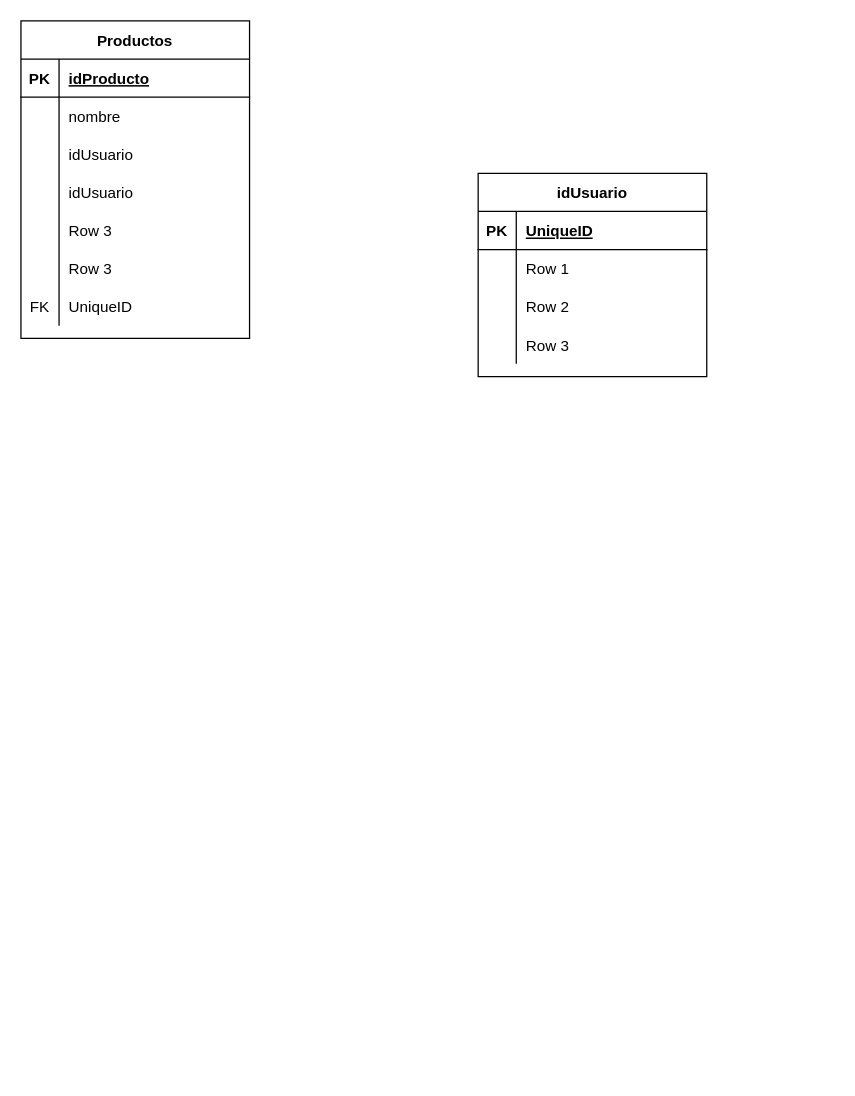
Above: diagrama.drawio in gislacasares/derifas (draw.io), before the change. Source tidied: cells renumbered, new cells numbered last; positions are measured from the earlier drawing's top-left corner, leaving out a move shared by most shapes. Both pictures are drawn from the tidied source at 127%, with x=0, y=0 at pixel (20, 20).
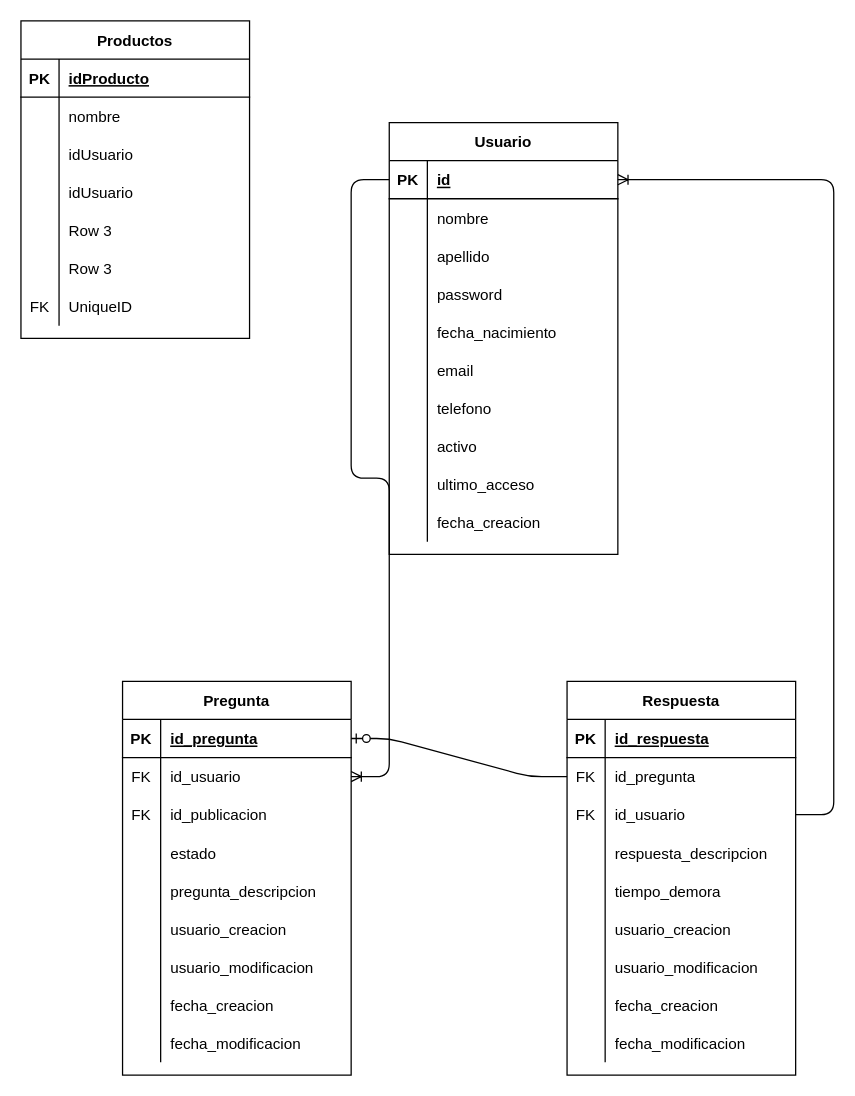
Above is the later version.

Commit message:
modificacion DER

The change refers to these unchanged cells:
```xml
<mxCell id="25" style="shape=partialRectangle;fillColor=none;top=0;left=0;bottom=1;right=0;points=[[0,0.5],[1,0.5]];portConstraint=eastwest;" parent="24" vertex="1">
  <mxGeometry y="30" width="180" height="30" as="geometry" />
</mxCell>
<mxCell id="28" style="shape=partialRectangle;fillColor=none;top=0;left=0;bottom=0;right=0;" parent="24" vertex="1">
  <mxGeometry y="60" width="180" height="30" as="geometry" />
</mxCell>
<mxCell id="31" style="shape=partialRectangle;fillColor=none;top=0;left=0;bottom=0;right=0;" parent="24" vertex="1">
  <mxGeometry y="90" width="180" height="30" as="geometry" />
</mxCell>
<mxCell id="34" style="shape=partialRectangle;fillColor=none;top=0;left=0;bottom=0;right=0;" parent="24" vertex="1">
  <mxGeometry y="120" width="180" height="30" as="geometry" />
</mxCell>
```

Diff of the diagram source:
```diff
@@
-    <mxCell id="24" value="idUsuario" style="shape=table;startSize=30;childLayout=tableLayout;rowLines=0;fontStyle=1;align=center;" parent="1" vertex="1">
-      <mxGeometry x="360" y="120" width="180" height="160" as="geometry" />
+    <mxCell id="24" value="Usuario" style="shape=table;startSize=30;childLayout=tableLayout;rowLines=0;fontStyle=1;align=center;" parent="1" vertex="1">
+      <mxGeometry x="290" y="80" width="180" height="340" as="geometry" />
     </mxCell>
@@
-    <mxCell id="27" value="UniqueID" style="shape=partialRectangle;fillColor=none;top=0;left=0;bottom=0;right=0;align=left;spacingLeft=6;fontStyle=5;overflow=hidden;" parent="25" vertex="1">
+    <mxCell id="27" value="id" style="shape=partialRectangle;fillColor=none;top=0;left=0;bottom=0;right=0;align=left;spacingLeft=6;fontStyle=5;overflow=hidden;" parent="25" vertex="1">
       <mxGeometry x="30" width="150" height="30" as="geometry" />
     </mxCell>
@@
-    <mxCell id="30" value="Row 1" style="shape=partialRectangle;fillColor=none;top=0;left=0;bottom=0;right=0;align=left;spacingLeft=6;overflow=hidden;" parent="28" vertex="1">
+    <mxCell id="30" value="nombre" style="shape=partialRectangle;fillColor=none;top=0;left=0;bottom=0;right=0;align=left;spacingLeft=6;overflow=hidden;" parent="28" vertex="1">
       <mxGeometry x="30" width="150" height="30" as="geometry" />
     </mxCell>
@@
-    <mxCell id="33" value="Row 2" style="shape=partialRectangle;fillColor=none;top=0;left=0;bottom=0;right=0;align=left;spacingLeft=6;overflow=hidden;" parent="31" vertex="1">
+    <mxCell id="33" value="apellido" style="shape=partialRectangle;fillColor=none;top=0;left=0;bottom=0;right=0;align=left;spacingLeft=6;overflow=hidden;" parent="31" vertex="1">
       <mxGeometry x="30" width="150" height="30" as="geometry" />
     </mxCell>
@@
-    <mxCell id="36" value="Row 3" style="shape=partialRectangle;fillColor=none;top=0;left=0;bottom=0;right=0;align=left;spacingLeft=6;overflow=hidden;" parent="34" vertex="1">
+    <mxCell id="36" value="password" style="shape=partialRectangle;fillColor=none;top=0;left=0;bottom=0;right=0;align=left;spacingLeft=6;overflow=hidden;" parent="34" vertex="1">
       <mxGeometry x="30" width="150" height="30" as="geometry" />
     </mxCell>
+    <mxCell id="37" style="shape=partialRectangle;fillColor=none;top=0;left=0;bottom=0;right=0;" parent="24" vertex="1">
+      <mxGeometry y="150" width="180" height="30" as="geometry" />
+    </mxCell>
+    <mxCell id="38" style="shape=partialRectangle;fillColor=none;top=0;left=0;bottom=0;right=0;overflow=hidden;" parent="37" vertex="1">
+      <mxGeometry width="30" height="30" as="geometry" />
+    </mxCell>
+    <mxCell id="39" value="fecha_nacimiento" style="shape=partialRectangle;fillColor=none;top=0;left=0;bottom=0;right=0;align=left;spacingLeft=6;overflow=hidden;" parent="37" vertex="1">
+      <mxGeometry x="30" width="150" height="30" as="geometry" />
+    </mxCell>
+    <mxCell id="40" style="shape=partialRectangle;fillColor=none;top=0;left=0;bottom=0;right=0;" parent="24" vertex="1">
+      <mxGeometry y="180" width="180" height="30" as="geometry" />
+    </mxCell>
+    <mxCell id="41" style="shape=partialRectangle;fillColor=none;top=0;left=0;bottom=0;right=0;overflow=hidden;" parent="40" vertex="1">
+      <mxGeometry width="30" height="30" as="geometry" />
+    </mxCell>
+    <mxCell id="42" value="email" style="shape=partialRectangle;fillColor=none;top=0;left=0;bottom=0;right=0;align=left;spacingLeft=6;overflow=hidden;" parent="40" vertex="1">
+      <mxGeometry x="30" width="150" height="30" as="geometry" />
+    </mxCell>
+    <mxCell id="43" style="shape=partialRectangle;fillColor=none;top=0;left=0;bottom=0;right=0;" parent="24" vertex="1">
+      <mxGeometry y="210" width="180" height="30" as="geometry" />
+    </mxCell>
+    <mxCell id="44" style="shape=partialRectangle;fillColor=none;top=0;left=0;bottom=0;right=0;overflow=hidden;" parent="43" vertex="1">
+      <mxGeometry width="30" height="30" as="geometry" />
+    </mxCell>
+    <mxCell id="45" value="telefono" style="shape=partialRectangle;fillColor=none;top=0;left=0;bottom=0;right=0;align=left;spacingLeft=6;overflow=hidden;" parent="43" vertex="1">
+      <mxGeometry x="30" width="150" height="30" as="geometry" />
+    </mxCell>
+    <mxCell id="46" style="shape=partialRectangle;fillColor=none;top=0;left=0;bottom=0;right=0;" parent="24" vertex="1">
+      <mxGeometry y="240" width="180" height="30" as="geometry" />
+    </mxCell>
+    <mxCell id="47" style="shape=partialRectangle;fillColor=none;top=0;left=0;bottom=0;right=0;overflow=hidden;" parent="46" vertex="1">
+      <mxGeometry width="30" height="30" as="geometry" />
+    </mxCell>
+    <mxCell id="48" value="activo" style="shape=partialRectangle;fillColor=none;top=0;left=0;bottom=0;right=0;align=left;spacingLeft=6;overflow=hidden;" parent="46" vertex="1">
+      <mxGeometry x="30" width="150" height="30" as="geometry" />
+    </mxCell>
+    <mxCell id="49" style="shape=partialRectangle;fillColor=none;top=0;left=0;bottom=0;right=0;" parent="24" vertex="1">
+      <mxGeometry y="270" width="180" height="30" as="geometry" />
+    </mxCell>
+    <mxCell id="50" style="shape=partialRectangle;fillColor=none;top=0;left=0;bottom=0;right=0;overflow=hidden;" parent="49" vertex="1">
+      <mxGeometry width="30" height="30" as="geometry" />
+    </mxCell>
+    <mxCell id="51" value="ultimo_acceso" style="shape=partialRectangle;fillColor=none;top=0;left=0;bottom=0;right=0;align=left;spacingLeft=6;overflow=hidden;" parent="49" vertex="1">
+      <mxGeometry x="30" width="150" height="30" as="geometry" />
+    </mxCell>
+    <mxCell id="52" style="shape=partialRectangle;fillColor=none;top=0;left=0;bottom=0;right=0;" parent="24" vertex="1">
+      <mxGeometry y="300" width="180" height="30" as="geometry" />
+    </mxCell>
+    <mxCell id="53" style="shape=partialRectangle;fillColor=none;top=0;left=0;bottom=0;right=0;overflow=hidden;" parent="52" vertex="1">
+      <mxGeometry width="30" height="30" as="geometry" />
+    </mxCell>
+    <mxCell id="54" value="fecha_creacion" style="shape=partialRectangle;fillColor=none;top=0;left=0;bottom=0;right=0;align=left;spacingLeft=6;overflow=hidden;" parent="52" vertex="1">
+      <mxGeometry x="30" width="150" height="30" as="geometry" />
+    </mxCell>
+    <mxCell id="55" value="Pregunta" style="shape=table;startSize=30;childLayout=tableLayout;rowLines=0;fontStyle=1;align=center;" parent="1" vertex="1">
+      <mxGeometry x="80" y="520" width="180" height="310" as="geometry" />
+    </mxCell>
+    <mxCell id="56" style="shape=partialRectangle;fillColor=none;top=0;left=0;bottom=1;right=0;points=[[0,0.5],[1,0.5]];portConstraint=eastwest;" parent="55" vertex="1">
+      <mxGeometry y="30" width="180" height="30" as="geometry" />
+    </mxCell>
+    <mxCell id="57" value="PK" style="shape=partialRectangle;fillColor=none;top=0;left=0;bottom=0;right=0;fontStyle=1;overflow=hidden;" parent="56" vertex="1">
+      <mxGeometry width="30" height="30" as="geometry" />
+    </mxCell>
+    <mxCell id="58" value="id_pregunta" style="shape=partialRectangle;fillColor=none;top=0;left=0;bottom=0;right=0;align=left;spacingLeft=6;fontStyle=5;overflow=hidden;" parent="56" vertex="1">
+      <mxGeometry x="30" width="150" height="30" as="geometry" />
+    </mxCell>
+    <mxCell id="59" style="shape=partialRectangle;fillColor=none;top=0;left=0;bottom=0;right=0;points=[[0,0.5],[1,0.5]];portConstraint=eastwest;" parent="55" vertex="1">
+      <mxGeometry y="60" width="180" height="30" as="geometry" />
+    </mxCell>
+    <mxCell id="60" value="FK" style="shape=partialRectangle;fillColor=none;top=0;left=0;bottom=0;right=0;overflow=hidden;" parent="59" vertex="1">
+      <mxGeometry width="30" height="30" as="geometry" />
+    </mxCell>
+    <mxCell id="61" value="id_usuario" style="shape=partialRectangle;fillColor=none;top=0;left=0;bottom=0;right=0;align=left;spacingLeft=6;overflow=hidden;" parent="59" vertex="1">
+      <mxGeometry x="30" width="150" height="30" as="geometry" />
+    </mxCell>
+    <mxCell id="62" style="shape=partialRectangle;fillColor=none;top=0;left=0;bottom=0;right=0;" parent="55" vertex="1">
+      <mxGeometry y="90" width="180" height="30" as="geometry" />
+    </mxCell>
+    <mxCell id="63" value="FK" style="shape=partialRectangle;fillColor=none;top=0;left=0;bottom=0;right=0;overflow=hidden;" parent="62" vertex="1">
+      <mxGeometry width="30" height="30" as="geometry" />
+    </mxCell>
+    <mxCell id="64" value="id_publicacion" style="shape=partialRectangle;fillColor=none;top=0;left=0;bottom=0;right=0;align=left;spacingLeft=6;overflow=hidden;" parent="62" vertex="1">
+      <mxGeometry x="30" width="150" height="30" as="geometry" />
+    </mxCell>
+    <mxCell id="65" style="shape=partialRectangle;fillColor=none;top=0;left=0;bottom=0;right=0;" parent="55" vertex="1">
+      <mxGeometry y="120" width="180" height="30" as="geometry" />
+    </mxCell>
+    <mxCell id="66" style="shape=partialRectangle;fillColor=none;top=0;left=0;bottom=0;right=0;overflow=hidden;" parent="65" vertex="1">
+      <mxGeometry width="30" height="30" as="geometry" />
+    </mxCell>
+    <mxCell id="67" value="estado" style="shape=partialRectangle;fillColor=none;top=0;left=0;bottom=0;right=0;align=left;spacingLeft=6;overflow=hidden;" parent="65" vertex="1">
+      <mxGeometry x="30" width="150" height="30" as="geometry" />
+    </mxCell>
+    <mxCell id="68" style="shape=partialRectangle;fillColor=none;top=0;left=0;bottom=0;right=0;" parent="55" vertex="1">
+      <mxGeometry y="150" width="180" height="30" as="geometry" />
+    </mxCell>
+    <mxCell id="69" style="shape=partialRectangle;fillColor=none;top=0;left=0;bottom=0;right=0;overflow=hidden;" parent="68" vertex="1">
+      <mxGeometry width="30" height="30" as="geometry" />
+    </mxCell>
+    <mxCell id="70" value="pregunta_descripcion" style="shape=partialRectangle;fillColor=none;top=0;left=0;bottom=0;right=0;align=left;spacingLeft=6;overflow=hidden;" parent="68" vertex="1">
+      <mxGeometry x="30" width="150" height="30" as="geometry" />
+    </mxCell>
+    <mxCell id="71" style="shape=partialRectangle;fillColor=none;top=0;left=0;bottom=0;right=0;" parent="55" vertex="1">
+      <mxGeometry y="180" width="180" height="30" as="geometry" />
+    </mxCell>
+    <mxCell id="72" style="shape=partialRectangle;fillColor=none;top=0;left=0;bottom=0;right=0;overflow=hidden;" parent="71" vertex="1">
+      <mxGeometry width="30" height="30" as="geometry" />
+    </mxCell>
+    <mxCell id="73" value="usuario_creacion" style="shape=partialRectangle;fillColor=none;top=0;left=0;bottom=0;right=0;align=left;spacingLeft=6;overflow=hidden;" parent="71" vertex="1">
+      <mxGeometry x="30" width="150" height="30" as="geometry" />
+    </mxCell>
+    <mxCell id="74" style="shape=partialRectangle;fillColor=none;top=0;left=0;bottom=0;right=0;" parent="55" vertex="1">
+      <mxGeometry y="210" width="180" height="30" as="geometry" />
+    </mxCell>
+    <mxCell id="75" style="shape=partialRectangle;fillColor=none;top=0;left=0;bottom=0;right=0;overflow=hidden;" parent="74" vertex="1">
+      <mxGeometry width="30" height="30" as="geometry" />
+    </mxCell>
+    <mxCell id="76" value="usuario_modificacion" style="shape=partialRectangle;fillColor=none;top=0;left=0;bottom=0;right=0;align=left;spacingLeft=6;overflow=hidden;" parent="74" vertex="1">
+      <mxGeometry x="30" width="150" height="30" as="geometry" />
+    </mxCell>
+    <mxCell id="77" style="shape=partialRectangle;fillColor=none;top=0;left=0;bottom=0;right=0;" parent="55" vertex="1">
+      <mxGeometry y="240" width="180" height="30" as="geometry" />
+    </mxCell>
+    <mxCell id="78" style="shape=partialRectangle;fillColor=none;top=0;left=0;bottom=0;right=0;overflow=hidden;" parent="77" vertex="1">
+      <mxGeometry width="30" height="30" as="geometry" />
+    </mxCell>
+    <mxCell id="79" value="fecha_creacion" style="shape=partialRectangle;fillColor=none;top=0;left=0;bottom=0;right=0;align=left;spacingLeft=6;overflow=hidden;" parent="77" vertex="1">
+      <mxGeometry x="30" width="150" height="30" as="geometry" />
+    </mxCell>
+    <mxCell id="80" style="shape=partialRectangle;fillColor=none;top=0;left=0;bottom=0;right=0;" parent="55" vertex="1">
+      <mxGeometry y="270" width="180" height="30" as="geometry" />
+    </mxCell>
+    <mxCell id="81" style="shape=partialRectangle;fillColor=none;top=0;left=0;bottom=0;right=0;overflow=hidden;" parent="80" vertex="1">
+      <mxGeometry width="30" height="30" as="geometry" />
+    </mxCell>
+    <mxCell id="82" value="fecha_modificacion" style="shape=partialRectangle;fillColor=none;top=0;left=0;bottom=0;right=0;align=left;spacingLeft=6;overflow=hidden;" parent="80" vertex="1">
+      <mxGeometry x="30" width="150" height="30" as="geometry" />
+    </mxCell>
+    <mxCell id="83" value="Respuesta" style="shape=table;startSize=30;childLayout=tableLayout;rowLines=0;fontStyle=1;align=center;" parent="1" vertex="1">
+      <mxGeometry x="430" y="520" width="180" height="310" as="geometry" />
+    </mxCell>
+    <mxCell id="84" style="shape=partialRectangle;fillColor=none;top=0;left=0;bottom=1;right=0;" parent="83" vertex="1">
+      <mxGeometry y="30" width="180" height="30" as="geometry" />
+    </mxCell>
+    <mxCell id="85" value="PK" style="shape=partialRectangle;fillColor=none;top=0;left=0;bottom=0;right=0;fontStyle=1;overflow=hidden;" parent="84" vertex="1">
+      <mxGeometry width="30" height="30" as="geometry" />
+    </mxCell>
+    <mxCell id="86" value="id_respuesta" style="shape=partialRectangle;fillColor=none;top=0;left=0;bottom=0;right=0;align=left;spacingLeft=6;fontStyle=5;overflow=hidden;" parent="84" vertex="1">
+      <mxGeometry x="30" width="150" height="30" as="geometry" />
+    </mxCell>
+    <mxCell id="87" style="shape=partialRectangle;fillColor=none;top=0;left=0;bottom=0;right=0;points=[[0,0.5],[1,0.5]];portConstraint=eastwest;" parent="83" vertex="1">
+      <mxGeometry y="60" width="180" height="30" as="geometry" />
+    </mxCell>
+    <mxCell id="88" value="FK" style="shape=partialRectangle;fillColor=none;top=0;left=0;bottom=0;right=0;overflow=hidden;" parent="87" vertex="1">
+      <mxGeometry width="30" height="30" as="geometry" />
+    </mxCell>
+    <mxCell id="89" value="id_pregunta" style="shape=partialRectangle;fillColor=none;top=0;left=0;bottom=0;right=0;align=left;spacingLeft=6;overflow=hidden;" parent="87" vertex="1">
+      <mxGeometry x="30" width="150" height="30" as="geometry" />
+    </mxCell>
+    <mxCell id="90" style="shape=partialRectangle;fillColor=none;top=0;left=0;bottom=0;right=0;points=[[0,0.5],[1,0.5]];portConstraint=eastwest;" parent="83" vertex="1">
+      <mxGeometry y="90" width="180" height="30" as="geometry" />
+    </mxCell>
+    <mxCell id="91" value="FK" style="shape=partialRectangle;fillColor=none;top=0;left=0;bottom=0;right=0;overflow=hidden;" parent="90" vertex="1">
+      <mxGeometry width="30" height="30" as="geometry" />
+    </mxCell>
+    <mxCell id="92" value="id_usuario" style="shape=partialRectangle;fillColor=none;top=0;left=0;bottom=0;right=0;align=left;spacingLeft=6;overflow=hidden;" parent="90" vertex="1">
+      <mxGeometry x="30" width="150" height="30" as="geometry" />
+    </mxCell>
+    <mxCell id="93" style="shape=partialRectangle;fillColor=none;top=0;left=0;bottom=0;right=0;" parent="83" vertex="1">
+      <mxGeometry y="120" width="180" height="30" as="geometry" />
+    </mxCell>
+    <mxCell id="94" style="shape=partialRectangle;fillColor=none;top=0;left=0;bottom=0;right=0;overflow=hidden;" parent="93" vertex="1">
+      <mxGeometry width="30" height="30" as="geometry" />
+    </mxCell>
+    <mxCell id="95" value="respuesta_descripcion" style="shape=partialRectangle;fillColor=none;top=0;left=0;bottom=0;right=0;align=left;spacingLeft=6;overflow=hidden;" parent="93" vertex="1">
+      <mxGeometry x="30" width="150" height="30" as="geometry" />
+    </mxCell>
+    <mxCell id="96" style="shape=partialRectangle;fillColor=none;top=0;left=0;bottom=0;right=0;" parent="83" vertex="1">
+      <mxGeometry y="150" width="180" height="30" as="geometry" />
+    </mxCell>
+    <mxCell id="97" style="shape=partialRectangle;fillColor=none;top=0;left=0;bottom=0;right=0;overflow=hidden;" parent="96" vertex="1">
+      <mxGeometry width="30" height="30" as="geometry" />
+    </mxCell>
+    <mxCell id="98" value="tiempo_demora" style="shape=partialRectangle;fillColor=none;top=0;left=0;bottom=0;right=0;align=left;spacingLeft=6;overflow=hidden;" parent="96" vertex="1">
+      <mxGeometry x="30" width="150" height="30" as="geometry" />
+    </mxCell>
+    <mxCell id="99" style="shape=partialRectangle;fillColor=none;top=0;left=0;bottom=0;right=0;" parent="83" vertex="1">
+      <mxGeometry y="180" width="180" height="30" as="geometry" />
+    </mxCell>
+    <mxCell id="100" style="shape=partialRectangle;fillColor=none;top=0;left=0;bottom=0;right=0;overflow=hidden;" parent="99" vertex="1">
+      <mxGeometry width="30" height="30" as="geometry" />
+    </mxCell>
+    <mxCell id="101" value="usuario_creacion" style="shape=partialRectangle;fillColor=none;top=0;left=0;bottom=0;right=0;align=left;spacingLeft=6;overflow=hidden;" parent="99" vertex="1">
+      <mxGeometry x="30" width="150" height="30" as="geometry" />
+    </mxCell>
+    <mxCell id="102" style="shape=partialRectangle;fillColor=none;top=0;left=0;bottom=0;right=0;" parent="83" vertex="1">
+      <mxGeometry y="210" width="180" height="30" as="geometry" />
+    </mxCell>
+    <mxCell id="103" style="shape=partialRectangle;fillColor=none;top=0;left=0;bottom=0;right=0;overflow=hidden;" parent="102" vertex="1">
+      <mxGeometry width="30" height="30" as="geometry" />
+    </mxCell>
+    <mxCell id="104" value="usuario_modificacion" style="shape=partialRectangle;fillColor=none;top=0;left=0;bottom=0;right=0;align=left;spacingLeft=6;overflow=hidden;" parent="102" vertex="1">
+      <mxGeometry x="30" width="150" height="30" as="geometry" />
+    </mxCell>
+    <mxCell id="105" style="shape=partialRectangle;fillColor=none;top=0;left=0;bottom=0;right=0;" parent="83" vertex="1">
+      <mxGeometry y="240" width="180" height="30" as="geometry" />
+    </mxCell>
+    <mxCell id="106" style="shape=partialRectangle;fillColor=none;top=0;left=0;bottom=0;right=0;overflow=hidden;" parent="105" vertex="1">
+      <mxGeometry width="30" height="30" as="geometry" />
+    </mxCell>
+    <mxCell id="107" value="fecha_creacion" style="shape=partialRectangle;fillColor=none;top=0;left=0;bottom=0;right=0;align=left;spacingLeft=6;overflow=hidden;" parent="105" vertex="1">
+      <mxGeometry x="30" width="150" height="30" as="geometry" />
+    </mxCell>
+    <mxCell id="108" style="shape=partialRectangle;fillColor=none;top=0;left=0;bottom=0;right=0;" parent="83" vertex="1">
+      <mxGeometry y="270" width="180" height="30" as="geometry" />
+    </mxCell>
+    <mxCell id="109" style="shape=partialRectangle;fillColor=none;top=0;left=0;bottom=0;right=0;overflow=hidden;" parent="108" vertex="1">
+      <mxGeometry width="30" height="30" as="geometry" />
+    </mxCell>
+    <mxCell id="110" value="fecha_modificacion" style="shape=partialRectangle;fillColor=none;top=0;left=0;bottom=0;right=0;align=left;spacingLeft=6;overflow=hidden;" parent="108" vertex="1">
+      <mxGeometry x="30" width="150" height="30" as="geometry" />
+    </mxCell>
+    <mxCell id="111" style="edgeStyle=entityRelationEdgeStyle;fontSize=12;html=1;endArrow=ERzeroToOne;endFill=1;" parent="1" edge="1" source="87" target="56">
+      <mxGeometry relative="1" as="geometry" />
+    </mxCell>
+    <mxCell id="112" style="edgeStyle=entityRelationEdgeStyle;fontSize=12;html=1;endArrow=ERoneToMany;" parent="1" edge="1" source="25" target="59">
+      <mxGeometry relative="1" as="geometry" />
+    </mxCell>
+    <mxCell id="113" style="edgeStyle=entityRelationEdgeStyle;fontSize=12;html=1;endArrow=ERoneToMany;" parent="1" edge="1" source="90" target="25">
+      <mxGeometry relative="1" as="geometry" />
+    </mxCell>
```
